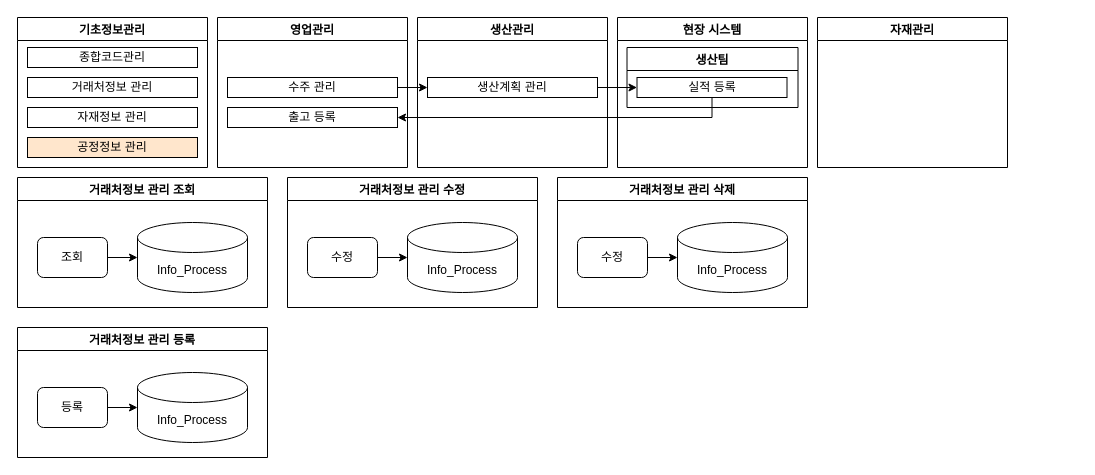
The draw.io diagram page "공정정보 관리" (4 of 9) of 00. 설계/모듈 설계.drawio in QYnote/MES, before the edit. Source tidied: cells renumbered, new cells numbered last; positions are measured from the earlier drawing's top-left corner, leaving out a move shared by most shapes. Both pictures are drawn from the tidied source at 100%, with x=0, y=0 at pixel (17, 17).
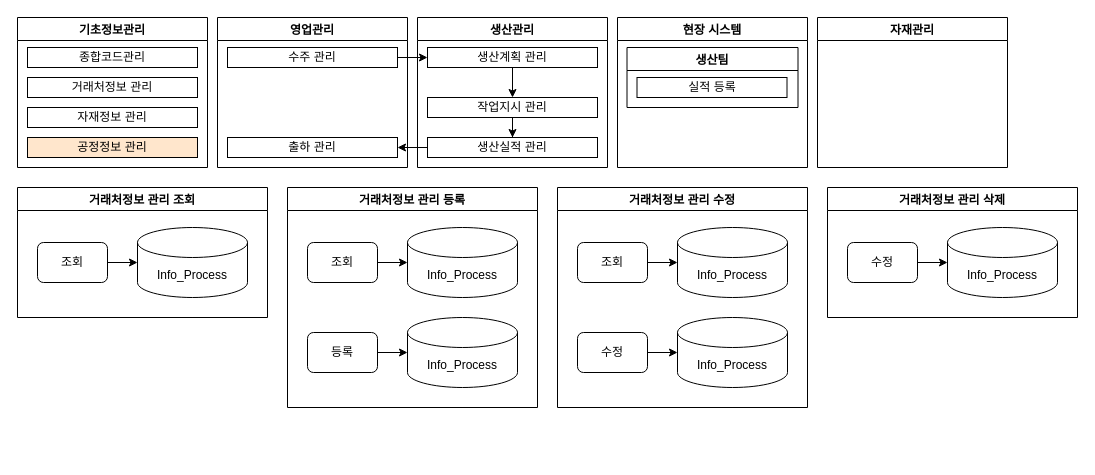
Above is the later version.

Unchanged cells that the change refers to:
```xml
<mxCell id="30" value="기초정보관리" style="swimlane;" parent="1" vertex="1">
  <mxGeometry width="190" height="150" as="geometry" />
</mxCell>
```

The edit, as a diff of the source:
```diff
@@
-    <mxCell id="2" value="영업관리" style="swimlane;" parent="1" vertex="1">
-      <mxGeometry x="200" width="190" height="150" as="geometry" />
-    </mxCell>
-    <mxCell id="3" value="수주 관리" style="rounded=0;whiteSpace=wrap;html=1;fillColor=#FFFFFF;" parent="2" vertex="1">
-      <mxGeometry x="10" y="60" width="170" height="20" as="geometry" />
-    </mxCell>
-    <mxCell id="4" value="출고 등록" style="rounded=0;whiteSpace=wrap;html=1;" parent="2" vertex="1">
-      <mxGeometry x="10" y="90" width="170" height="20" as="geometry" />
-    </mxCell>
-    <mxCell id="5" value="생산관리" style="swimlane;" parent="1" vertex="1">
-      <mxGeometry x="400" width="190" height="150" as="geometry" />
-    </mxCell>
-    <mxCell id="6" value="생산계획 관리" style="rounded=0;whiteSpace=wrap;html=1;fillColor=#FFFFFF;" parent="5" vertex="1">
-      <mxGeometry x="10" y="60" width="170" height="20" as="geometry" />
-    </mxCell>
-    <mxCell id="7" value="현장 시스템" style="swimlane;" parent="1" vertex="1">
-      <mxGeometry x="600" width="190" height="150" as="geometry" />
-    </mxCell>
-    <mxCell id="8" value="생산팀" style="swimlane;" parent="7" vertex="1">
-      <mxGeometry x="9.5" y="30" width="171" height="60" as="geometry" />
-    </mxCell>
-    <mxCell id="9" value="실적 등록" style="rounded=0;whiteSpace=wrap;html=1;fillColor=#FFFFFF;" parent="8" vertex="1">
-      <mxGeometry x="10" y="30" width="150" height="20" as="geometry" />
-    </mxCell>
-    <mxCell id="10" value="자재관리" style="swimlane;" parent="1" vertex="1">
-      <mxGeometry x="800" width="190" height="150" as="geometry" />
-    </mxCell>
-    <mxCell id="11" style="edgeStyle=orthogonalEdgeStyle;rounded=0;jettySize=auto;html=1;" parent="1" edge="1" source="3" target="6">
-      <mxGeometry relative="1" as="geometry" />
-    </mxCell>
-    <mxCell id="12" style="edgeStyle=orthogonalEdgeStyle;rounded=0;jettySize=auto;html=1;" parent="1" edge="1" source="6" target="9">
-      <mxGeometry relative="1" as="geometry" />
-    </mxCell>
-    <mxCell id="13" style="edgeStyle=orthogonalEdgeStyle;rounded=0;jettySize=auto;html=1;" parent="1" edge="1" source="9" target="4">
-      <mxGeometry relative="1" as="geometry">
-        <Array as="points">
-          <mxPoint x="695" y="100" />
-        </Array>
-      </mxGeometry>
-    </mxCell>
     <mxCell id="14" value="거래처정보 관리 조회" style="swimlane;fillColor=#FFFFFF;" parent="1" vertex="1">
-      <mxGeometry y="160" width="250" height="130" as="geometry" />
+      <mxGeometry y="170" width="250" height="130" as="geometry" />
     </mxCell>
     <mxCell id="15" value="Info_Process" style="shape=cylinder3;whiteSpace=wrap;html=1;boundedLbl=1;backgroundOutline=1;size=15;fillColor=#ffffff;" parent="14" vertex="1">
-      <mxGeometry x="120" y="45" width="110" height="70" as="geometry" />
+      <mxGeometry x="120" y="40" width="110" height="70" as="geometry" />
     </mxCell>
@@
     <mxCell id="17" value="조회" style="rounded=1;whiteSpace=wrap;html=1;fillColor=#ffffff;" parent="14" vertex="1">
-      <mxGeometry x="20" y="60" width="70" height="40" as="geometry" />
+      <mxGeometry x="20" y="55" width="70" height="40" as="geometry" />
     </mxCell>
     <mxCell id="18" value="거래처정보 관리 등록" style="swimlane;fillColor=#FFFFFF;" parent="1" vertex="1">
-      <mxGeometry y="310" width="250" height="130" as="geometry" />
+      <mxGeometry x="270" y="170" width="250" height="220" as="geometry" />
     </mxCell>
     <mxCell id="19" value="Info_Process" style="shape=cylinder3;whiteSpace=wrap;html=1;boundedLbl=1;backgroundOutline=1;size=15;fillColor=#ffffff;" parent="18" vertex="1">
-      <mxGeometry x="120" y="45" width="110" height="70" as="geometry" />
+      <mxGeometry x="120" y="130" width="110" height="70" as="geometry" />
     </mxCell>
@@
     <mxCell id="21" value="등록" style="rounded=1;whiteSpace=wrap;html=1;fillColor=#ffffff;" parent="18" vertex="1">
-      <mxGeometry x="20" y="60" width="70" height="40" as="geometry" />
+      <mxGeometry x="20" y="145" width="70" height="40" as="geometry" />
     </mxCell>
+    <mxCell id="35" value="Info_Process" style="shape=cylinder3;whiteSpace=wrap;html=1;boundedLbl=1;backgroundOutline=1;size=15;fillColor=#ffffff;" parent="18" vertex="1">
+      <mxGeometry x="120" y="40" width="110" height="70" as="geometry" />
+    </mxCell>
+    <mxCell id="36" style="edgeStyle=orthogonalEdgeStyle;rounded=0;jettySize=auto;html=1;strokeColor=#000000;" parent="18" edge="1" source="37" target="35">
+      <mxGeometry relative="1" as="geometry" />
+    </mxCell>
+    <mxCell id="37" value="조회" style="rounded=1;whiteSpace=wrap;html=1;fillColor=#ffffff;" parent="18" vertex="1">
+      <mxGeometry x="20" y="55" width="70" height="40" as="geometry" />
+    </mxCell>
     <mxCell id="22" value="거래처정보 관리 수정" style="swimlane;fillColor=#FFFFFF;" parent="1" vertex="1">
-      <mxGeometry x="270" y="160" width="250" height="130" as="geometry" />
+      <mxGeometry x="540" y="170" width="250" height="220" as="geometry" />
     </mxCell>
     <mxCell id="23" value="Info_Process" style="shape=cylinder3;whiteSpace=wrap;html=1;boundedLbl=1;backgroundOutline=1;size=15;fillColor=#ffffff;" parent="22" vertex="1">
-      <mxGeometry x="120" y="45" width="110" height="70" as="geometry" />
+      <mxGeometry x="120" y="130" width="110" height="70" as="geometry" />
     </mxCell>
@@
     <mxCell id="25" value="수정" style="rounded=1;whiteSpace=wrap;html=1;fillColor=#ffffff;" parent="22" vertex="1">
-      <mxGeometry x="20" y="60" width="70" height="40" as="geometry" />
+      <mxGeometry x="20" y="145" width="70" height="40" as="geometry" />
     </mxCell>
+    <mxCell id="38" value="Info_Process" style="shape=cylinder3;whiteSpace=wrap;html=1;boundedLbl=1;backgroundOutline=1;size=15;fillColor=#ffffff;" parent="22" vertex="1">
+      <mxGeometry x="120" y="40" width="110" height="70" as="geometry" />
+    </mxCell>
+    <mxCell id="39" style="edgeStyle=orthogonalEdgeStyle;rounded=0;jettySize=auto;html=1;strokeColor=#000000;" parent="22" edge="1" source="40" target="38">
+      <mxGeometry relative="1" as="geometry" />
+    </mxCell>
+    <mxCell id="40" value="조회" style="rounded=1;whiteSpace=wrap;html=1;fillColor=#ffffff;" parent="22" vertex="1">
+      <mxGeometry x="20" y="55" width="70" height="40" as="geometry" />
+    </mxCell>
     <mxCell id="26" value="거래처정보 관리 삭제" style="swimlane;fillColor=#FFFFFF;" parent="1" vertex="1">
-      <mxGeometry x="540" y="160" width="250" height="130" as="geometry" />
+      <mxGeometry x="810" y="170" width="250" height="130" as="geometry" />
     </mxCell>
     <mxCell id="27" value="Info_Process" style="shape=cylinder3;whiteSpace=wrap;html=1;boundedLbl=1;backgroundOutline=1;size=15;fillColor=#ffffff;" parent="26" vertex="1">
-      <mxGeometry x="120" y="45" width="110" height="70" as="geometry" />
+      <mxGeometry x="120" y="40" width="110" height="70" as="geometry" />
     </mxCell>
@@
     <mxCell id="29" value="수정" style="rounded=1;whiteSpace=wrap;html=1;fillColor=#ffffff;" parent="26" vertex="1">
-      <mxGeometry x="20" y="60" width="70" height="40" as="geometry" />
+      <mxGeometry x="20" y="55" width="70" height="40" as="geometry" />
     </mxCell>
+    <mxCell id="2" value="영업관리" style="swimlane;" parent="1" vertex="1">
+      <mxGeometry x="200" width="190" height="150" as="geometry" />
+    </mxCell>
+    <mxCell id="3" value="수주 관리" style="rounded=0;whiteSpace=wrap;html=1;fillColor=#FFFFFF;" parent="2" vertex="1">
+      <mxGeometry x="10" y="30" width="170" height="20" as="geometry" />
+    </mxCell>
+    <mxCell id="41" value="출하 관리" style="rounded=0;whiteSpace=wrap;html=1;" parent="2" vertex="1">
+      <mxGeometry x="10" y="120" width="170" height="20" as="geometry" />
+    </mxCell>
+    <mxCell id="5" value="생산관리" style="swimlane;" parent="1" vertex="1">
+      <mxGeometry x="400" width="190" height="150" as="geometry" />
+    </mxCell>
+    <mxCell id="6" value="생산계획 관리" style="rounded=0;whiteSpace=wrap;html=1;fillColor=#FFFFFF;" parent="5" vertex="1">
+      <mxGeometry x="10" y="30" width="170" height="20" as="geometry" />
+    </mxCell>
+    <mxCell id="42" value="생산실적 관리" style="rounded=0;whiteSpace=wrap;html=1;fillColor=#FFFFFF;" parent="5" vertex="1">
+      <mxGeometry x="10" y="120" width="170" height="20" as="geometry" />
+    </mxCell>
+    <mxCell id="43" style="edgeStyle=orthogonalEdgeStyle;rounded=0;jettySize=auto;html=1;" parent="5" edge="1" source="6" target="45">
+      <mxGeometry relative="1" as="geometry" />
+    </mxCell>
+    <mxCell id="44" style="edgeStyle=orthogonalEdgeStyle;rounded=0;jettySize=auto;html=1;" parent="5" edge="1" source="45" target="42">
+      <mxGeometry relative="1" as="geometry" />
+    </mxCell>
+    <mxCell id="45" value="작업지시 관리" style="rounded=0;whiteSpace=wrap;html=1;fillColor=#FFFFFF;" parent="5" vertex="1">
+      <mxGeometry x="10" y="80" width="170" height="20" as="geometry" />
+    </mxCell>
+    <mxCell id="7" value="현장 시스템" style="swimlane;" parent="1" vertex="1">
+      <mxGeometry x="600" width="190" height="150" as="geometry" />
+    </mxCell>
+    <mxCell id="8" value="생산팀" style="swimlane;" parent="7" vertex="1">
+      <mxGeometry x="9.5" y="30" width="171" height="60" as="geometry" />
+    </mxCell>
+    <mxCell id="9" value="실적 등록" style="rounded=0;whiteSpace=wrap;html=1;fillColor=#FFFFFF;" parent="8" vertex="1">
+      <mxGeometry x="10" y="30" width="150" height="20" as="geometry" />
+    </mxCell>
+    <mxCell id="10" value="자재관리" style="swimlane;" parent="1" vertex="1">
+      <mxGeometry x="800" width="190" height="150" as="geometry" />
+    </mxCell>
+    <mxCell id="11" style="edgeStyle=orthogonalEdgeStyle;rounded=0;jettySize=auto;html=1;" parent="1" edge="1" source="3" target="6">
+      <mxGeometry relative="1" as="geometry" />
+    </mxCell>
@@
-    <mxCell id="32" value="거래처정보 관리" style="rounded=0;whiteSpace=wrap;html=1;fillColor=#FFFFFF;" parent="30" vertex="1">
+    <mxCell id="32" value="거래처정보 관리" style="rounded=0;whiteSpace=wrap;html=1;" parent="30" vertex="1">
       <mxGeometry x="10" y="60" width="170" height="20" as="geometry" />
     </mxCell>
@@
+    <mxCell id="46" style="edgeStyle=orthogonalEdgeStyle;rounded=0;jettySize=auto;html=1;" parent="1" edge="1" source="42" target="41">
+      <mxGeometry relative="1" as="geometry" />
+    </mxCell>
```
